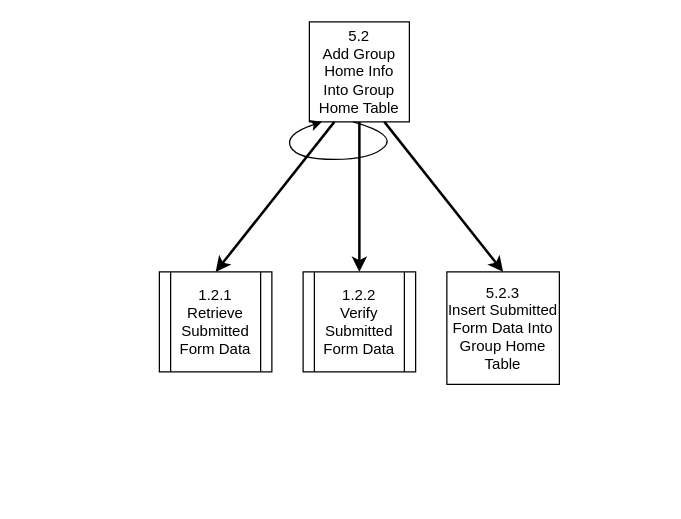
Before: page "5.2: Add GH Info to GH Table" (2 of 2) of Diagrams/StructureCharts/Proc5CreateGH.drawio in Harlento/SchedulingSystem, a draw.io diagram. Source tidied: cells renumbered, new cells numbered last; positions are measured from the earlier drawing's top-left corner, leaving out a move shared by most shapes. Both pictures are drawn from the tidied source at 125%, with x=0, y=0 at pixel (159, 21).
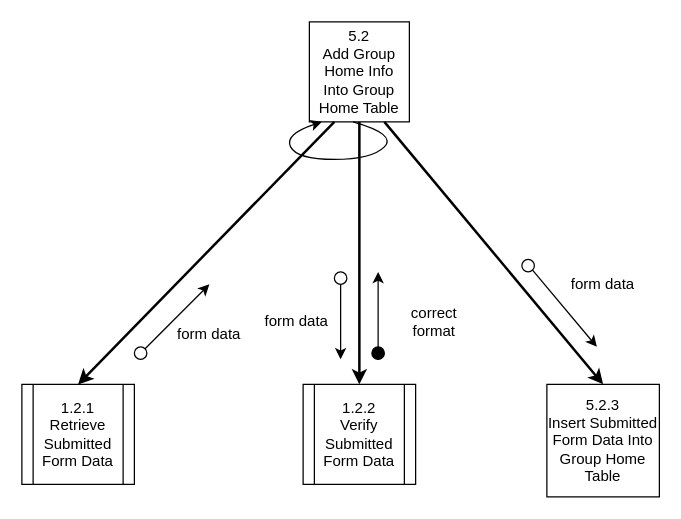
Above is the later version.

Change to the diagram source:
```diff
@@
     <mxCell id="4" value="&lt;span style=&quot;white-space: normal&quot;&gt;1.2.1&lt;br&gt;&lt;/span&gt;Retrieve Submitted Form Data" style="shape=process;whiteSpace=wrap;html=1;backgroundOutline=1;" parent="1" vertex="1">
-      <mxGeometry y="200" width="90" height="80" as="geometry" />
+      <mxGeometry x="-110" y="290" width="90" height="80" as="geometry" />
     </mxCell>
     <mxCell id="5" value="&lt;span style=&quot;white-space: normal&quot;&gt;1.2.2&lt;br&gt;&lt;/span&gt;Verify Submitted Form Data" style="shape=process;whiteSpace=wrap;html=1;backgroundOutline=1;" parent="1" vertex="1">
-      <mxGeometry x="115" y="200" width="90" height="80" as="geometry" />
+      <mxGeometry x="115" y="290" width="90" height="80" as="geometry" />
     </mxCell>
@@
     <mxCell id="8" value="5.2.3&lt;br&gt;Insert Submitted Form Data Into Group Home Table" style="whiteSpace=wrap;html=1;" parent="1" vertex="1">
-      <mxGeometry x="230" y="200" width="90" height="90" as="geometry" />
+      <mxGeometry x="310" y="290" width="90" height="90" as="geometry" />
     </mxCell>
@@
+    <mxCell id="10" value="form data" style="text;html=1;strokeColor=none;fillColor=none;align=center;verticalAlign=middle;whiteSpace=wrap;rounded=0;" parent="1" vertex="1">
+      <mxGeometry x="325" y="190" width="60" height="40" as="geometry" />
+    </mxCell>
+    <mxCell id="11" style="endArrow=classic;html=1;exitX=1;exitY=1;exitDx=0;exitDy=0;" parent="1" edge="1" source="12">
+      <mxGeometry relative="1" as="geometry">
+        <mxPoint x="350" y="260" as="targetPoint" />
+      </mxGeometry>
+    </mxCell>
+    <mxCell id="12" style="ellipse;whiteSpace=wrap;html=1;fillColor=#FFFFFF;" parent="1" vertex="1">
+      <mxGeometry x="290" y="190" width="10" height="10" as="geometry" />
+    </mxCell>
+    <mxCell id="13" value="form data" style="text;html=1;strokeColor=none;fillColor=none;align=center;verticalAlign=middle;whiteSpace=wrap;rounded=0;" parent="1" vertex="1">
+      <mxGeometry x="10" y="240" width="60" height="20" as="geometry" />
+    </mxCell>
+    <mxCell id="14" style="endArrow=classic;html=1;exitX=0.5;exitY=1;exitDx=0;exitDy=0;" parent="1" edge="1" source="15">
+      <mxGeometry relative="1" as="geometry">
+        <mxPoint x="145" y="270" as="targetPoint" />
+      </mxGeometry>
+    </mxCell>
+    <mxCell id="15" style="ellipse;whiteSpace=wrap;html=1;fillColor=#FFFFFF;" parent="1" vertex="1">
+      <mxGeometry x="140" y="200" width="10" height="10" as="geometry" />
+    </mxCell>
+    <mxCell id="16" style="endArrow=classic;html=1;exitX=1;exitY=0;exitDx=0;exitDy=0;" parent="1" edge="1" source="17">
+      <mxGeometry relative="1" as="geometry">
+        <mxPoint x="40" y="210" as="targetPoint" />
+      </mxGeometry>
+    </mxCell>
+    <mxCell id="17" style="ellipse;whiteSpace=wrap;html=1;fillColor=#FFFFFF;" parent="1" vertex="1">
+      <mxGeometry x="-20" y="260" width="10" height="10" as="geometry" />
+    </mxCell>
+    <mxCell id="18" style="endArrow=classic;html=1;exitX=0.5;exitY=1;exitDx=0;exitDy=0;" parent="1" edge="1" source="19">
+      <mxGeometry relative="1" as="geometry">
+        <mxPoint x="175" y="200" as="targetPoint" />
+      </mxGeometry>
+    </mxCell>
+    <mxCell id="19" style="ellipse;whiteSpace=wrap;html=1;fillColor=#000000;" parent="1" vertex="1">
+      <mxGeometry x="170" y="260" width="10" height="10" as="geometry" />
+    </mxCell>
+    <mxCell id="20" value="form data" style="text;html=1;strokeColor=none;fillColor=none;align=center;verticalAlign=middle;whiteSpace=wrap;rounded=0;" parent="1" vertex="1">
+      <mxGeometry x="80" y="230" width="60" height="20" as="geometry" />
+    </mxCell>
+    <mxCell id="21" value="correct format" style="text;html=1;strokeColor=none;fillColor=none;align=center;verticalAlign=middle;whiteSpace=wrap;rounded=0;" parent="1" vertex="1">
+      <mxGeometry x="190" y="230" width="60" height="20" as="geometry" />
+    </mxCell>
```
